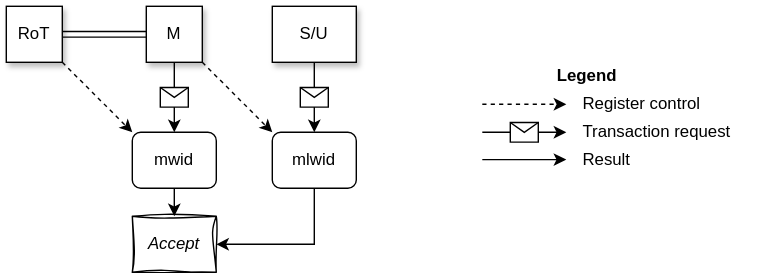
Earlier version of the draw.io export src/images/WG-smlwid.drawio.svg (MIPS/riscv-partitioning). Source tidied: cells renumbered, new cells last; positions are measured from the earlier drawing's top-left corner, leaving out a move shared by most shapes.
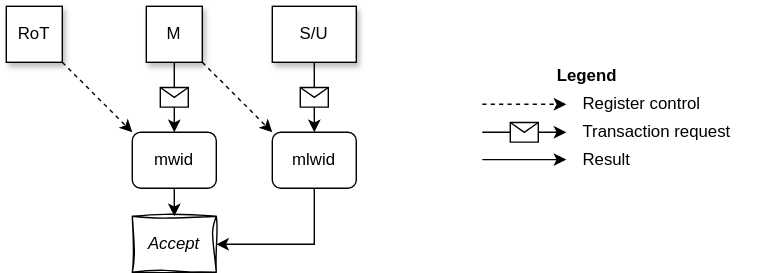
After the change.

The edit, as a diff of the source:
```diff
@@ -77,9 +77,6 @@
     <mxCell id="21" value="Legend" style="text;html=1;align=center;verticalAlign=middle;whiteSpace=wrap;rounded=0;fontStyle=1;" parent="1" vertex="1">
       <mxGeometry x="340" y="40" width="150" height="20" as="geometry" />
     </mxCell>
-    <mxCell id="22" style="shape=link;html=1;rounded=0;exitX=1;exitY=0.5;exitDx=0;exitDy=0;entryX=0;entryY=0.5;entryDx=0;entryDy=0;" parent="1" edge="1" source="12" target="2">
-      <mxGeometry relative="1" as="geometry" />
-    </mxCell>
     <mxCell id="23" style="edgeStyle=orthogonalEdgeStyle;rounded=0;jettySize=auto;html=1;exitX=0.5;exitY=1;exitDx=0;exitDy=0;entryX=0.5;entryY=0;entryDx=0;entryDy=0;" parent="1" edge="1" source="4" target="6">
       <mxGeometry relative="1" as="geometry" />
     </mxCell>
```
